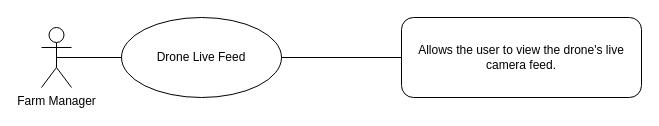
Earlier version of the draw.io diagram docs/requirements_docs/use_case_diagrams/xml_files/05_track_livestock.drawio (Brandyn1234/dashboard-project). Source tidied: cells renumbered, new cells numbered last; positions are measured from the earlier drawing's top-left corner, leaving out a move shared by most shapes. Both pictures are drawn from the tidied source at 100%, with x=0, y=0 at pixel (41, 17).
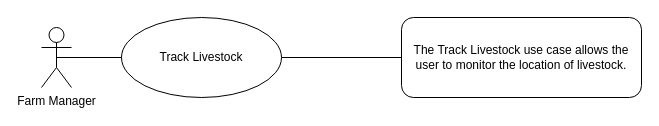
After the change.

Diff of the diagram source:
```diff
@@
 <mxGraphModel>
   <root>
     <mxCell id="0" />
     <mxCell id="1" parent="0" />
-    <mxCell id="2" value="Allows the user to view the drone's live camera feed." style="rounded=1;whiteSpace=wrap;html=1;roundedPerimeter=1;align=center;" parent="1" vertex="1">
+    <mxCell id="2" value="The Track Livestock use case allows the user to monitor the location of livestock." style="rounded=1;whiteSpace=wrap;html=1;roundedPerimeter=1;align=center;" parent="1" vertex="1">
       <mxGeometry x="360" width="240" height="80" as="geometry" />
     </mxCell>
-    <mxCell id="3" value="Drone Live Feed" style="ellipse;whiteSpace=wrap;html=1;shapeInside=1;align=center;" parent="1" vertex="1">
+    <mxCell id="3" value="Track Livestock" style="ellipse;whiteSpace=wrap;html=1;shapeInside=1;align=center;" parent="1" vertex="1">
       <mxGeometry x="80" width="160" height="80" as="geometry" />
     </mxCell>
     <mxCell id="4" value="Farm Manager" style="shape=umlActor;verticalLabelPosition=bottom;verticalAlign=top;html=1;outlineConnect=0;" parent="1" vertex="1">
       <mxGeometry y="10" width="30" height="60" as="geometry" />
     </mxCell>
     <mxCell id="5" style="endArrow=none;html=1;rounded=0;entryX=0;entryY=0.5;entryDx=0;entryDy=0;exitX=0.5;exitY=0.5;exitDx=0;exitDy=0;exitPerimeter=0;" parent="1" edge="1" source="4" target="3">
       <mxGeometry relative="1" as="geometry" />
     </mxCell>
     <mxCell id="6" style="endArrow=none;html=1;rounded=0;exitX=1;exitY=0.5;exitDx=0;exitDy=0;entryX=0;entryY=0.5;entryDx=0;entryDy=0;" parent="1" edge="1" source="3" target="2">
       <mxGeometry relative="1" as="geometry" />
     </mxCell>
   </root>
 </mxGraphModel>
```
